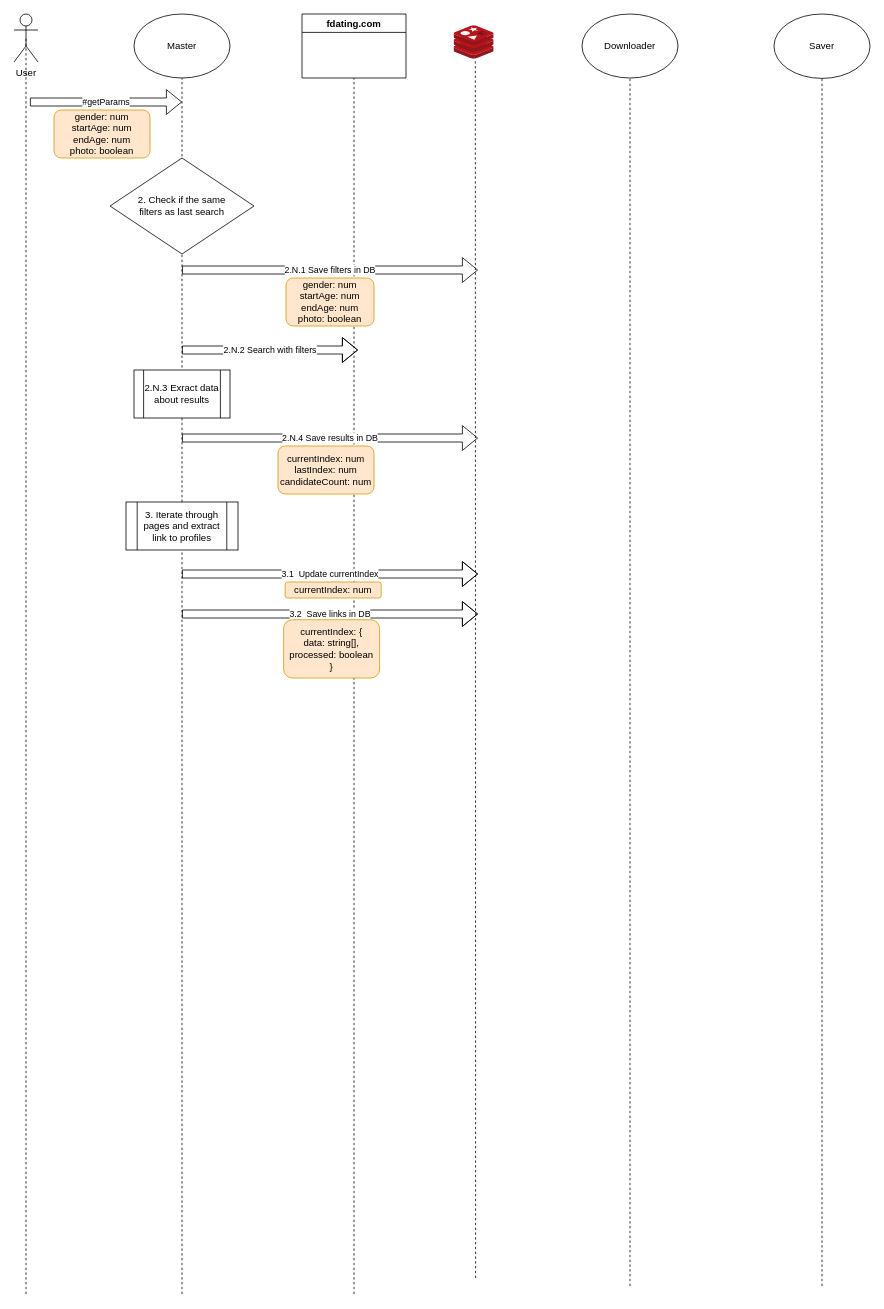
The draw.io diagram diagrams/architecture.drawio in Kal9Isa/fdating-profile-collector, before the edit. Source tidied: cells renumbered, new cells numbered last; positions are measured from the earlier drawing's top-left corner, leaving out a move shared by most shapes. Both pictures are drawn from the tidied source at 80%, with x=0, y=0 at pixel (14, 14).
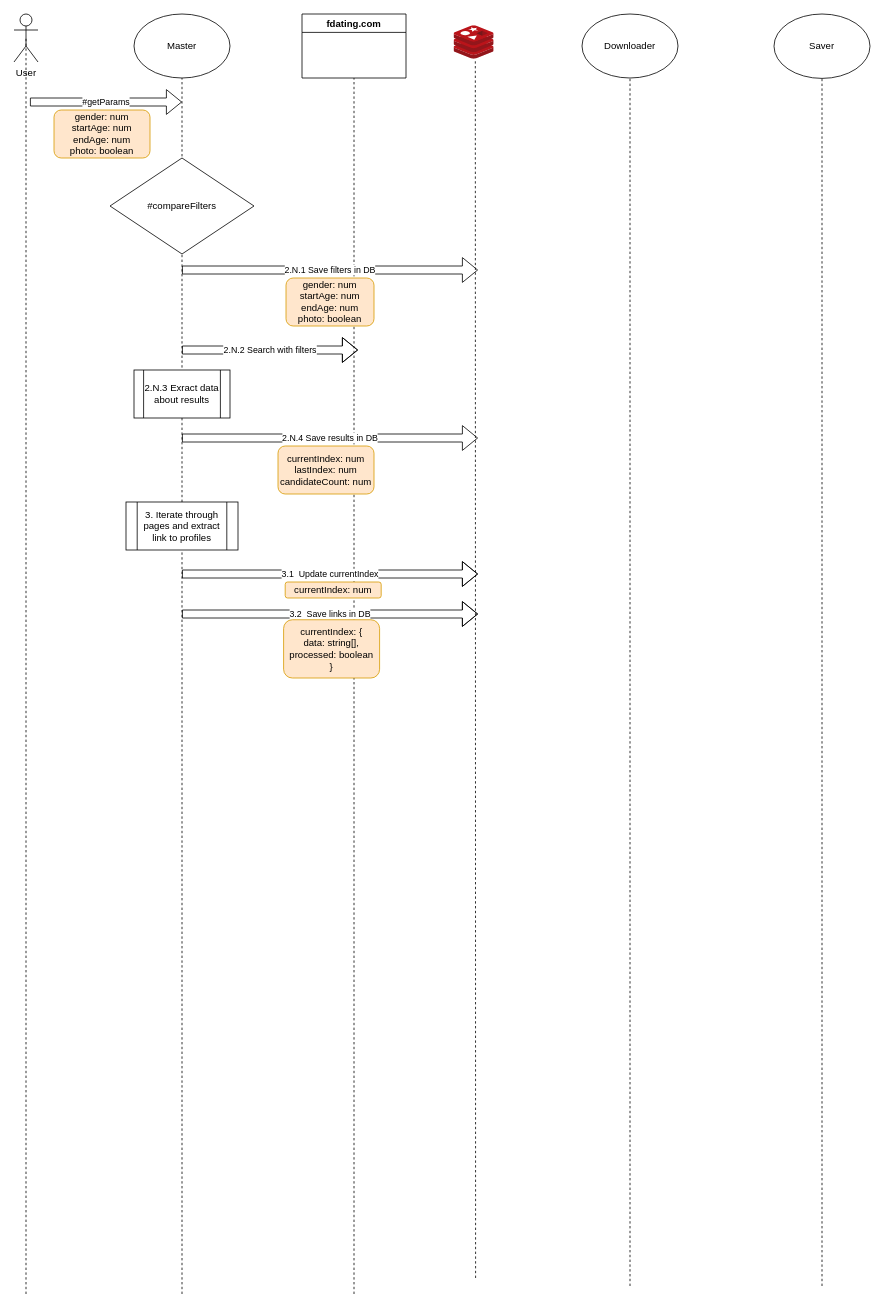
Above is the later version.

Commit message:
link code for comparing filters

Diff of the diagram source:
```diff
@@
-    <mxCell id="20" value="&lt;span&gt;2. Check if the same &lt;br&gt;filters as last search&lt;/span&gt;" style="rhombus;whiteSpace=wrap;html=1;" parent="1" vertex="1">
+    <mxCell id="20" value="#compareFilters" style="rhombus;whiteSpace=wrap;html=1;" parent="1" vertex="1">
       <mxGeometry x="120" y="180" width="180" height="120" as="geometry" />
     </mxCell>
```
